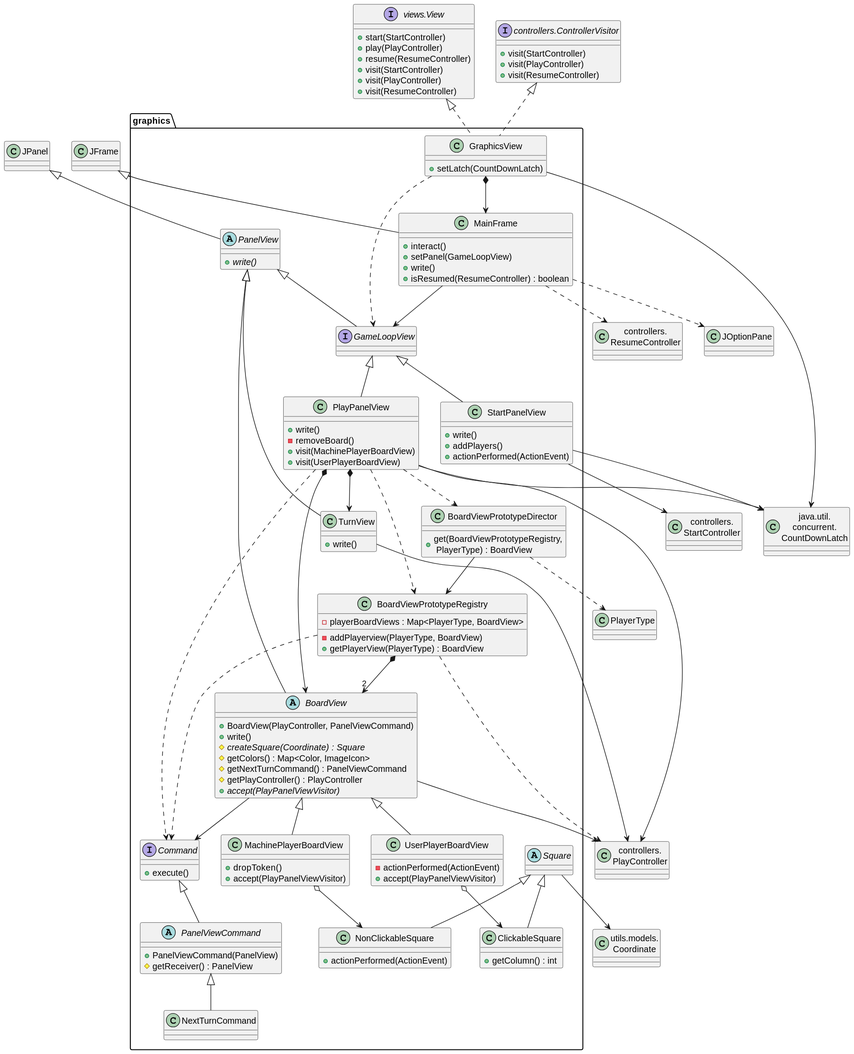
The PlantUML diagram out/connect4/Docs/diagrams/src/packages/connect4.connect4.views.graphics/connect4.connect4.views.graphics.svg in js-rom/connect4, before a commit.
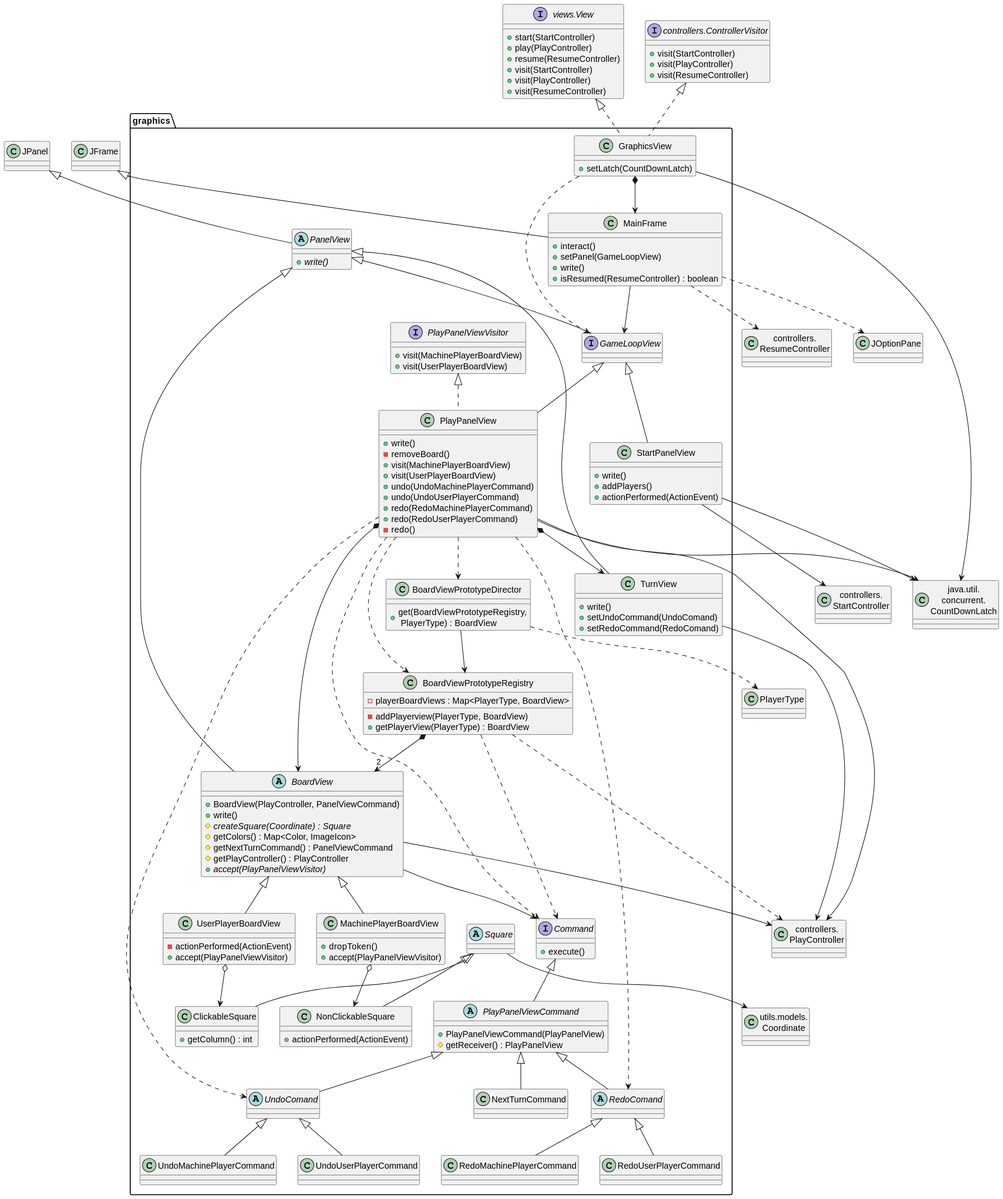
The same file after the commit.

The edit, as a diff of the source:
```diff
@@ -25,7 +25,18 @@
     -removeBoard()
     +visit(MachinePlayerBoardView)
     +visit(UserPlayerBoardView)
+    +undo(UndoMachinePlayerCommand)
+    +undo(UndoUserPlayerCommand)
+    +redo(RedoMachinePlayerCommand)
+    +redo(RedoUserPlayerCommand)
+    -redo()
 }
+
+interface graphics.PlayPanelViewVisitor {
+    +visit(MachinePlayerBoardView)
+    +visit(UserPlayerBoardView)
+}
+
 abstract class graphics.BoardView {
     + BoardView(PlayController, PanelViewCommand)
     + write()
@@ -46,9 +57,9 @@
 interface graphics.Command {
     +execute()
 }
-abstract class graphics.PanelViewCommand {
-    +PanelViewCommand(PanelView)
-    #getReceiver() : PanelView
+abstract class graphics.PlayPanelViewCommand {
+    +PlayPanelViewCommand(PlayPanelView)
+    #getReceiver() : PlayPanelView
 }
 class graphics.MachinePlayerBoardView {
     +dropToken()
@@ -69,6 +80,8 @@
 }
 class graphics.TurnView{
     +write()
+    +setUndoCommand(UndoComand)
+    +setRedoCommand(RedoComand)
 }
 abstract class graphics.PanelView
 class StartController as "controllers.\nStartController"
@@ -89,6 +102,13 @@
     +visit(PlayController)
     +visit(ResumeController)
 }
+
+abstract class graphics.UndoComand
+abstract class graphics.RedoComand
+class graphics.RedoMachinePlayerCommand {}
+class graphics.UndoMachinePlayerCommand {}
+class graphics.RedoUserPlayerCommand {}
+class graphics.UndoUserPlayerCommand {}
 
 
 GraphicsView --> CountDownLatch
@@ -116,6 +136,7 @@
 PanelView <|-- GameLoopView
 GameLoopView <|-- StartPanelView
 GameLoopView <|-- PlayPanelView
+PlayPanelViewVisitor <|.. PlayPanelView
 PanelView <|-- BoardView
 PanelView <|-- TurnView
 
@@ -126,6 +147,9 @@
 PlayPanelView *--> TurnView
 PlayPanelView ..> BoardViewPrototypeRegistry
 PlayPanelView ..> BoardViewPrototypeDirector
+PlayPanelView ..> UndoComand
+PlayPanelView ..> RedoComand
+
 BoardViewPrototypeDirector --> BoardViewPrototypeRegistry
 BoardViewPrototypeDirector ..> PlayerType
 BoardViewPrototypeRegistry ..> PlayController
@@ -135,8 +159,14 @@
 
 PlayPanelView ..> Command
 
-Command <|-- PanelViewCommand
-PanelViewCommand <|-- NextTurnCommand
+Command <|-- PlayPanelViewCommand
+PlayPanelViewCommand <|-- NextTurnCommand
+PlayPanelViewCommand <|-- UndoComand
+PlayPanelViewCommand <|-- RedoComand
+UndoComand <|-- UndoMachinePlayerCommand
+UndoComand <|-- UndoUserPlayerCommand
+RedoComand <|-- RedoMachinePlayerCommand
+RedoComand <|-- RedoUserPlayerCommand
 
 
 BoardView <|-- MachinePlayerBoardView
```
